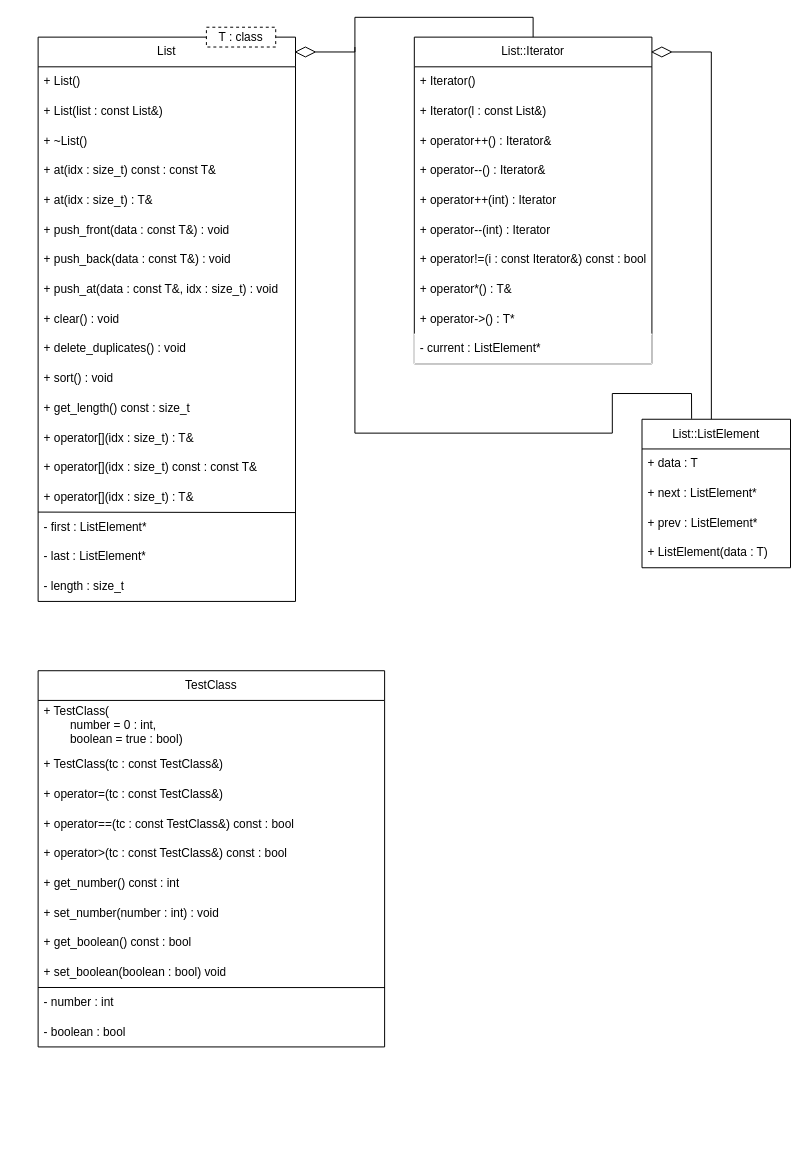
This is Docs/Linked_List.drawio from peterzagyvai/Prog2_NHF_Generikus_Lista, a draw.io file, before an edit. Source tidied: cells renumbered, new cells numbered last; positions are measured from the earlier drawing's top-left corner, leaving out a move shared by most shapes. Both pictures are drawn from the tidied source at 99%, with x=0, y=0 at pixel (38, 17).
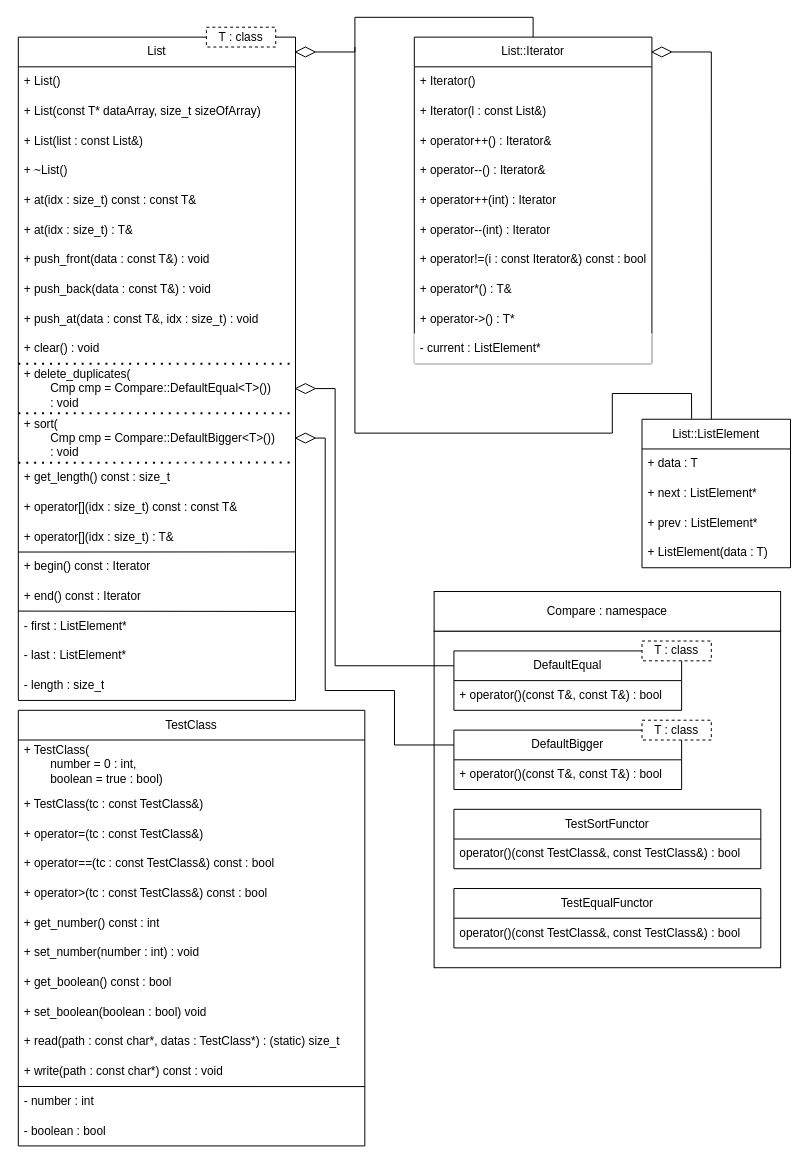
After the change.

What changed in the source:
```diff
@@
+    <mxCell id="57" style="rounded=0;whiteSpace=wrap;html=1;" parent="1" vertex="1">
+      <mxGeometry x="400" y="620" width="350" height="340" as="geometry" />
+    </mxCell>
     <mxCell id="2" value="List" style="swimlane;fontStyle=0;horizontal=1;startSize=30;whiteSpace=wrap;html=1;" parent="1" vertex="1">
-      <mxGeometry y="20" width="260" height="570" as="geometry" />
+      <mxGeometry x="-20" y="20" width="280" height="670" as="geometry" />
     </mxCell>
     <mxCell id="3" value="+ List()" style="text;strokeColor=none;fillColor=none;align=left;verticalAlign=middle;spacingLeft=4;spacingRight=4;overflow=hidden;whiteSpace=wrap;html=1;" parent="2" vertex="1">
-      <mxGeometry y="30" width="260" height="30" as="geometry" />
+      <mxGeometry y="30" width="280" height="30" as="geometry" />
     </mxCell>
+    <mxCell id="58" value="+ List(const T* dataArray, size_t sizeOfArray)" style="text;strokeColor=none;fillColor=none;align=left;verticalAlign=middle;spacingLeft=4;spacingRight=4;overflow=hidden;whiteSpace=wrap;html=1;" parent="2" vertex="1">
+      <mxGeometry y="60" width="280" height="30" as="geometry" />
+    </mxCell>
     <mxCell id="4" value="+ List(list : const List&amp;amp;)" style="text;strokeColor=none;fillColor=none;align=left;verticalAlign=middle;spacingLeft=4;spacingRight=4;overflow=hidden;whiteSpace=wrap;html=1;" parent="2" vertex="1">
-      <mxGeometry y="60" width="260" height="30" as="geometry" />
+      <mxGeometry y="90" width="280" height="30" as="geometry" />
     </mxCell>
     <mxCell id="5" value="+ ~List()" style="text;strokeColor=none;fillColor=none;align=left;verticalAlign=middle;spacingLeft=4;spacingRight=4;overflow=hidden;whiteSpace=wrap;html=1;" parent="2" vertex="1">
-      <mxGeometry y="90" width="260" height="30" as="geometry" />
+      <mxGeometry y="120" width="280" height="30" as="geometry" />
     </mxCell>
     <mxCell id="6" value="+ at(idx : size_t) const : const T&amp;amp;" style="text;strokeColor=none;fillColor=none;align=left;verticalAlign=middle;spacingLeft=4;spacingRight=4;overflow=hidden;whiteSpace=wrap;html=1;" parent="2" vertex="1">
-      <mxGeometry y="120" width="260" height="30" as="geometry" />
+      <mxGeometry y="150" width="280" height="30" as="geometry" />
     </mxCell>
     <mxCell id="7" value="+ at(idx : size_t) : T&amp;amp;" style="text;strokeColor=none;fillColor=none;align=left;verticalAlign=middle;spacingLeft=4;spacingRight=4;overflow=hidden;whiteSpace=wrap;html=1;" parent="2" vertex="1">
-      <mxGeometry y="150" width="260" height="30" as="geometry" />
+      <mxGeometry y="180" width="280" height="30" as="geometry" />
     </mxCell>
     <mxCell id="8" value="+ push_front(data : const T&amp;amp;) : void" style="text;strokeColor=none;fillColor=none;align=left;verticalAlign=middle;spacingLeft=4;spacingRight=4;overflow=hidden;whiteSpace=wrap;html=1;" parent="2" vertex="1">
-      <mxGeometry y="180" width="260" height="30" as="geometry" />
+      <mxGeometry y="210" width="280" height="30" as="geometry" />
     </mxCell>
     <mxCell id="9" value="+ push_back(data : const T&amp;amp;) : void" style="text;strokeColor=none;fillColor=none;align=left;verticalAlign=middle;spacingLeft=4;spacingRight=4;overflow=hidden;whiteSpace=wrap;html=1;" parent="2" vertex="1">
-      <mxGeometry y="210" width="260" height="30" as="geometry" />
+      <mxGeometry y="240" width="280" height="30" as="geometry" />
     </mxCell>
     <mxCell id="10" value="+ push_at(data : const T&amp;amp;, idx : size_t) : void" style="text;strokeColor=none;fillColor=none;align=left;verticalAlign=middle;spacingLeft=4;spacingRight=4;overflow=hidden;whiteSpace=wrap;html=1;" parent="2" vertex="1">
-      <mxGeometry y="240" width="260" height="30" as="geometry" />
+      <mxGeometry y="270" width="280" height="30" as="geometry" />
     </mxCell>
     <mxCell id="11" value="+ clear() : void" style="text;strokeColor=none;fillColor=none;align=left;verticalAlign=middle;spacingLeft=4;spacingRight=4;overflow=hidden;whiteSpace=wrap;html=1;" parent="2" vertex="1">
-      <mxGeometry y="270" width="260" height="30" as="geometry" />
+      <mxGeometry y="300" width="280" height="30" as="geometry" />
     </mxCell>
+    <mxCell id="59" style="endArrow=none;dashed=1;html=1;dashPattern=1 3;strokeWidth=2;rounded=0;entryX=1;entryY=-0.011;entryDx=0;entryDy=0;entryPerimeter=0;exitX=0;exitY=0;exitDx=0;exitDy=0;exitPerimeter=0;" parent="2" edge="1">
+      <mxGeometry relative="1" as="geometry">
+        <mxPoint y="330" as="sourcePoint" />
+        <mxPoint x="280" y="330" as="targetPoint" />
+      </mxGeometry>
+    </mxCell>
-    <mxCell id="12" value="+ delete_duplicates() : void" style="text;strokeColor=none;fillColor=none;align=left;verticalAlign=middle;spacingLeft=4;spacingRight=4;overflow=hidden;whiteSpace=wrap;html=1;" parent="2" vertex="1">
-      <mxGeometry y="300" width="260" height="30" as="geometry" />
+    <mxCell id="12" value="+ delete_duplicates(&lt;div&gt;&lt;span style=&quot;white-space: pre;&quot;&gt;&#9;&lt;/span&gt;Cmp cmp = Compare::DefaultEqual&amp;lt;T&amp;gt;()&lt;span style=&quot;background-color: initial;&quot;&gt;)&lt;/span&gt;&lt;/div&gt;&lt;div&gt;&lt;span style=&quot;background-color: initial;&quot;&gt;&lt;span style=&quot;white-space: pre;&quot;&gt;&#9;&lt;/span&gt;: void&lt;/span&gt;&lt;/div&gt;" style="text;strokeColor=none;fillColor=none;align=left;verticalAlign=middle;spacingLeft=4;spacingRight=4;overflow=hidden;whiteSpace=wrap;html=1;" parent="2" vertex="1">
+      <mxGeometry y="330" width="280" height="50" as="geometry" />
     </mxCell>
+    <mxCell id="60" style="endArrow=none;dashed=1;html=1;dashPattern=1 3;strokeWidth=2;rounded=0;entryX=1;entryY=-0.011;entryDx=0;entryDy=0;entryPerimeter=0;exitX=0;exitY=0;exitDx=0;exitDy=0;exitPerimeter=0;" parent="2" edge="1">
+      <mxGeometry relative="1" as="geometry">
+        <mxPoint y="380" as="sourcePoint" />
+        <mxPoint x="280" y="380" as="targetPoint" />
+      </mxGeometry>
+    </mxCell>
-    <mxCell id="13" value="+ sort() : void" style="text;strokeColor=none;fillColor=none;align=left;verticalAlign=middle;spacingLeft=4;spacingRight=4;overflow=hidden;whiteSpace=wrap;html=1;" parent="2" vertex="1">
-      <mxGeometry y="330" width="260" height="30" as="geometry" />
+    <mxCell id="13" value="+ sort(&lt;div&gt;&lt;span style=&quot;white-space: pre;&quot;&gt;&#9;&lt;/span&gt;Cmp cmp = Compare::DefaultBigger&amp;lt;T&amp;gt;()&lt;span style=&quot;background-color: initial;&quot;&gt;)&lt;/span&gt;&lt;/div&gt;&lt;div&gt;&lt;span style=&quot;background-color: initial;&quot;&gt;&amp;nbsp;&lt;span style=&quot;white-space: pre;&quot;&gt;&#9;&lt;/span&gt;: void&lt;/span&gt;&lt;/div&gt;" style="text;strokeColor=none;fillColor=none;align=left;verticalAlign=middle;spacingLeft=4;spacingRight=4;overflow=hidden;whiteSpace=wrap;html=1;" parent="2" vertex="1">
+      <mxGeometry y="380" width="280" height="50" as="geometry" />
     </mxCell>
     <mxCell id="14" value="+ get_length() const : size_t" style="text;strokeColor=none;fillColor=none;align=left;verticalAlign=middle;spacingLeft=4;spacingRight=4;overflow=hidden;points=[[0,0.5],[1,0.5]];portConstraint=eastwest;whiteSpace=wrap;html=1;" parent="2" vertex="1">
-      <mxGeometry y="360" width="260" height="30" as="geometry" />
+      <mxGeometry y="430" width="280" height="30" as="geometry" />
     </mxCell>
-    <mxCell id="15" value="+ operator[](idx : size_t) : T&amp;amp;" style="text;strokeColor=none;fillColor=none;align=left;verticalAlign=middle;spacingLeft=4;spacingRight=4;overflow=hidden;whiteSpace=wrap;html=1;" parent="2" vertex="1">
-      <mxGeometry y="390" width="260" height="30" as="geometry" />
-    </mxCell>
     <mxCell id="16" value="+ operator[](idx : size_t) const : const T&amp;amp;" style="text;strokeColor=none;fillColor=none;align=left;verticalAlign=middle;spacingLeft=4;spacingRight=4;overflow=hidden;whiteSpace=wrap;html=1;" parent="2" vertex="1">
-      <mxGeometry y="420" width="260" height="30" as="geometry" />
+      <mxGeometry y="460" width="280" height="30" as="geometry" />
     </mxCell>
     <mxCell id="17" value="+ operator[](idx : size_t) : T&amp;amp;" style="text;strokeColor=none;fillColor=none;align=left;verticalAlign=middle;spacingLeft=4;spacingRight=4;overflow=hidden;points=[[0,0.5],[1,0.5]];portConstraint=eastwest;whiteSpace=wrap;html=1;" parent="2" vertex="1">
-      <mxGeometry y="450" width="260" height="30" as="geometry" />
+      <mxGeometry y="490" width="280" height="30" as="geometry" />
     </mxCell>
+    <mxCell id="61" value="+ begin() const : Iterator&amp;nbsp;&amp;nbsp;" style="text;strokeColor=none;fillColor=none;align=left;verticalAlign=middle;spacingLeft=4;spacingRight=4;overflow=hidden;points=[[0,0.5],[1,0.5]];portConstraint=eastwest;whiteSpace=wrap;html=1;" parent="2" vertex="1">
+      <mxGeometry y="520" width="280" height="30" as="geometry" />
+    </mxCell>
+    <mxCell id="62" value="+ end() const : Iterator" style="text;strokeColor=none;fillColor=none;align=left;verticalAlign=middle;spacingLeft=4;spacingRight=4;overflow=hidden;points=[[0,0.5],[1,0.5]];portConstraint=eastwest;whiteSpace=wrap;html=1;" parent="2" vertex="1">
+      <mxGeometry y="550" width="280" height="30" as="geometry" />
+    </mxCell>
-    <mxCell id="18" style="endArrow=none;html=1;rounded=0;exitX=0;exitY=-0.008;exitDx=0;exitDy=0;exitPerimeter=0;entryX=1.001;entryY=1.008;entryDx=0;entryDy=0;entryPerimeter=0;" parent="2" edge="1" source="19" target="17">
+    <mxCell id="18" style="endArrow=none;html=1;rounded=0;exitX=0;exitY=-0.008;exitDx=0;exitDy=0;exitPerimeter=0;entryX=0.999;entryY=1.006;entryDx=0;entryDy=0;entryPerimeter=0;" parent="2" edge="1" source="19" target="62">
       <mxGeometry relative="1" as="geometry" />
     </mxCell>
     <mxCell id="19" value="- first : ListElement*" style="text;strokeColor=none;fillColor=none;align=left;verticalAlign=middle;spacingLeft=4;spacingRight=4;overflow=hidden;points=[[0,0.5],[1,0.5]];portConstraint=eastwest;whiteSpace=wrap;html=1;" parent="2" vertex="1">
-      <mxGeometry y="480" width="260" height="30" as="geometry" />
+      <mxGeometry y="580" width="280" height="30" as="geometry" />
     </mxCell>
     <mxCell id="20" value="- last : ListElement*" style="text;strokeColor=none;fillColor=none;align=left;verticalAlign=middle;spacingLeft=4;spacingRight=4;overflow=hidden;whiteSpace=wrap;html=1;" parent="2" vertex="1">
-      <mxGeometry y="510" width="260" height="30" as="geometry" />
+      <mxGeometry y="610" width="280" height="30" as="geometry" />
     </mxCell>
     <mxCell id="21" value="- length : size_t" style="text;strokeColor=none;fillColor=none;align=left;verticalAlign=middle;spacingLeft=4;spacingRight=4;overflow=hidden;whiteSpace=wrap;html=1;" parent="2" vertex="1">
-      <mxGeometry y="540" width="260" height="30" as="geometry" />
+      <mxGeometry y="640" width="280" height="30" as="geometry" />
     </mxCell>
+    <mxCell id="63" style="endArrow=none;html=1;rounded=0;entryX=1;entryY=0.999;entryDx=0;entryDy=0;entryPerimeter=0;exitX=0;exitY=0.004;exitDx=0;exitDy=0;exitPerimeter=0;" parent="2" edge="1" source="61" target="17">
+      <mxGeometry relative="1" as="geometry" />
+    </mxCell>
+    <mxCell id="64" style="endArrow=none;dashed=1;html=1;dashPattern=1 3;strokeWidth=2;rounded=0;entryX=1;entryY=-0.011;entryDx=0;entryDy=0;entryPerimeter=0;exitX=0;exitY=0;exitDx=0;exitDy=0;exitPerimeter=0;" parent="2" edge="1" source="14" target="14">
+      <mxGeometry relative="1" as="geometry" />
+    </mxCell>
@@
     <mxCell id="44" value="TestClass" style="swimlane;fontStyle=0;horizontal=1;startSize=30;whiteSpace=wrap;html=1;" parent="1" vertex="1">
-      <mxGeometry y="660" width="350" height="380" as="geometry" />
+      <mxGeometry x="-20" y="700" width="350" height="440" as="geometry" />
     </mxCell>
@@
+    <mxCell id="65" value="+ read(path : const char*, datas : TestClass*) : (static) size_t&amp;nbsp;" style="text;strokeColor=none;fillColor=none;align=left;verticalAlign=middle;spacingLeft=4;spacingRight=4;overflow=hidden;whiteSpace=wrap;html=1;" parent="44" vertex="1">
+      <mxGeometry y="320" width="350" height="30" as="geometry" />
+    </mxCell>
+    <mxCell id="66" value="+ write(path : const char*) const : void" style="text;strokeColor=none;fillColor=none;align=left;verticalAlign=middle;spacingLeft=4;spacingRight=4;overflow=hidden;whiteSpace=wrap;html=1;" parent="44" vertex="1">
+      <mxGeometry y="350" width="350" height="30" as="geometry" />
+    </mxCell>
     <mxCell id="54" value="- number : int" style="text;strokeColor=none;fillColor=none;align=left;verticalAlign=middle;spacingLeft=4;spacingRight=4;overflow=hidden;points=[[0,0.5],[1,0.5]];portConstraint=eastwest;whiteSpace=wrap;html=1;" parent="44" vertex="1">
-      <mxGeometry y="320" width="350" height="30" as="geometry" />
+      <mxGeometry y="380" width="350" height="30" as="geometry" />
     </mxCell>
     <mxCell id="55" value="- boolean : bool" style="text;strokeColor=none;fillColor=none;align=left;verticalAlign=middle;spacingLeft=4;spacingRight=4;overflow=hidden;whiteSpace=wrap;html=1;" parent="44" vertex="1">
-      <mxGeometry y="350" width="350" height="30" as="geometry" />
+      <mxGeometry y="410" width="350" height="30" as="geometry" />
     </mxCell>
@@
+    <mxCell id="67" value="DefaultBigger" style="swimlane;fontStyle=0;horizontal=1;startSize=30;whiteSpace=wrap;html=1;" parent="1" vertex="1">
+      <mxGeometry x="420" y="720" width="230" height="60" as="geometry" />
+    </mxCell>
+    <mxCell id="68" value="+ operator()(const T&amp;amp;, const T&amp;amp;) : bool" style="text;strokeColor=none;fillColor=none;align=left;verticalAlign=middle;spacingLeft=4;spacingRight=4;overflow=hidden;whiteSpace=wrap;html=1;" parent="67" vertex="1">
+      <mxGeometry y="30" width="230" height="30" as="geometry" />
+    </mxCell>
+    <mxCell id="69" value="DefaultEqual" style="swimlane;fontStyle=0;horizontal=1;startSize=30;whiteSpace=wrap;html=1;" parent="1" vertex="1">
+      <mxGeometry x="420" y="640" width="230" height="60" as="geometry" />
+    </mxCell>
+    <mxCell id="70" value="+ operator()(const T&amp;amp;, const T&amp;amp;) : bool" style="text;strokeColor=none;fillColor=none;align=left;verticalAlign=middle;spacingLeft=4;spacingRight=4;overflow=hidden;whiteSpace=wrap;html=1;" parent="69" vertex="1">
+      <mxGeometry y="30" width="230" height="30" as="geometry" />
+    </mxCell>
+    <mxCell id="71" value="TestSortFunctor" style="swimlane;fontStyle=0;horizontal=1;startSize=30;whiteSpace=wrap;html=1;" parent="1" vertex="1">
+      <mxGeometry x="420" y="800" width="310" height="60" as="geometry" />
+    </mxCell>
+    <mxCell id="72" value="operator()(const TestClass&amp;amp;, const TestClass&amp;amp;) : bool" style="text;strokeColor=none;fillColor=none;align=left;verticalAlign=middle;spacingLeft=4;spacingRight=4;overflow=hidden;whiteSpace=wrap;html=1;" parent="71" vertex="1">
+      <mxGeometry y="30" width="310" height="30" as="geometry" />
+    </mxCell>
+    <mxCell id="73" value="TestEqualFunctor" style="swimlane;fontStyle=0;horizontal=1;startSize=30;whiteSpace=wrap;html=1;" parent="1" vertex="1">
+      <mxGeometry x="420" y="880" width="310" height="60" as="geometry" />
+    </mxCell>
+    <mxCell id="74" value="operator()(const TestClass&amp;amp;, const TestClass&amp;amp;) : bool" style="text;strokeColor=none;fillColor=none;align=left;verticalAlign=middle;spacingLeft=4;spacingRight=4;overflow=hidden;whiteSpace=wrap;html=1;" parent="73" vertex="1">
+      <mxGeometry y="30" width="310" height="30" as="geometry" />
+    </mxCell>
+    <mxCell id="75" value="Compare : namespace" style="rounded=0;whiteSpace=wrap;html=1;" parent="1" vertex="1">
+      <mxGeometry x="400" y="580" width="350" height="40" as="geometry" />
+    </mxCell>
+    <mxCell id="76" value="T : class" style="rounded=0;whiteSpace=wrap;html=1;dashed=1;" parent="1" vertex="1">
+      <mxGeometry x="610" y="710" width="70" height="20" as="geometry" />
+    </mxCell>
+    <mxCell id="77" value="T : class" style="rounded=0;whiteSpace=wrap;html=1;dashed=1;" parent="1" vertex="1">
+      <mxGeometry x="610" y="630" width="70" height="20" as="geometry" />
+    </mxCell>
+    <mxCell id="78" style="rhombus;whiteSpace=wrap;html=1;fill=true;fillColor=#ffffff;fillStyle=solid;" parent="1" vertex="1">
+      <mxGeometry x="260" y="370" width="20" height="10" as="geometry" />
+    </mxCell>
+    <mxCell id="79" style="rhombus;whiteSpace=wrap;html=1;fill=true;fillColor=#ffffff;fillStyle=solid;" parent="1" vertex="1">
+      <mxGeometry x="260" y="420" width="20" height="10" as="geometry" />
+    </mxCell>
+    <mxCell id="80" style="endArrow=none;html=1;rounded=0;entryX=1;entryY=0.5;entryDx=0;entryDy=0;exitX=0;exitY=0.25;exitDx=0;exitDy=0;" parent="1" edge="1" source="69" target="78">
+      <mxGeometry relative="1" as="geometry">
+        <Array as="points">
+          <mxPoint x="300" y="655" />
+          <mxPoint x="300" y="375" />
+        </Array>
+      </mxGeometry>
+    </mxCell>
+    <mxCell id="81" style="endArrow=none;html=1;rounded=0;entryX=1;entryY=0.5;entryDx=0;entryDy=0;exitX=0;exitY=0.25;exitDx=0;exitDy=0;" parent="1" edge="1" source="67" target="79">
+      <mxGeometry relative="1" as="geometry">
+        <Array as="points">
+          <mxPoint x="360" y="735" />
+          <mxPoint x="360" y="680" />
+          <mxPoint x="290" y="680" />
+          <mxPoint x="290" y="425" />
+        </Array>
+      </mxGeometry>
+    </mxCell>
```
